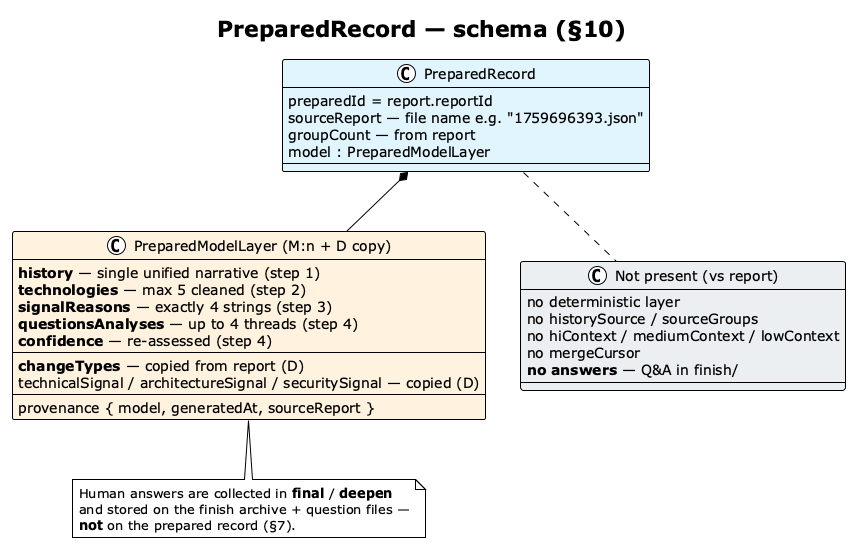
Above: img/prepare-record.png in vzakharchenko/dev-workgraph (PlantUML), before the change.
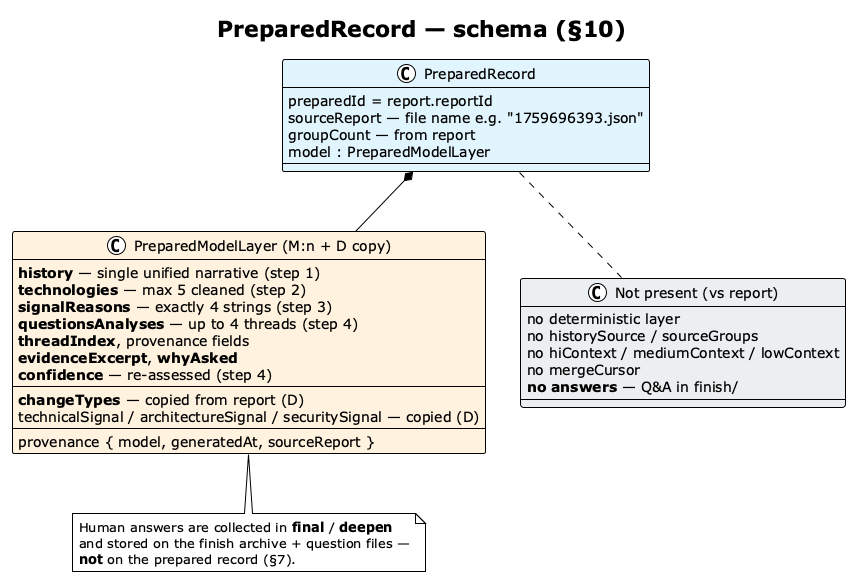
After the change.

What changed in the source:
```diff
@@ -17,6 +17,8 @@
   **technologies** — max 5 cleaned (step 2)
   **signalReasons** — exactly 4 strings (step 3)
   **questionsAnalyses** — up to 4 threads (step 4)
+  **threadIndex**, provenance fields
+  **evidenceExcerpt**, **whyAsked**
   **confidence** — re-assessed (step 4)
   --
   **changeTypes** — copied from report (D)
```
